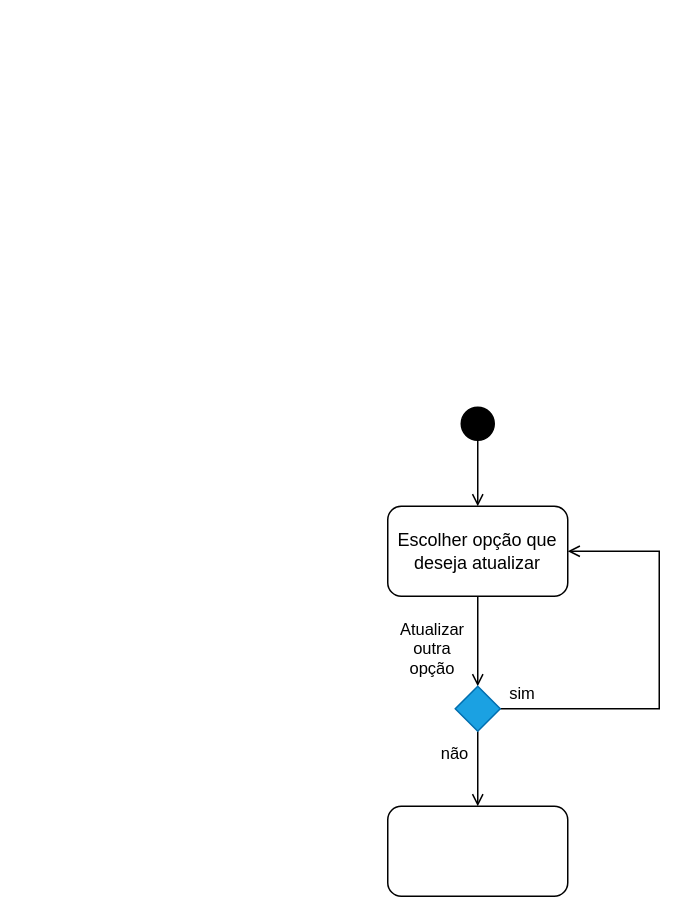
JudilenaGalvao/Projeto-POO keeps this draw.io diagram as Diagrama de atividade - Atualizar cadastro.drawio. Above is the earlier version. Source tidied: cells renumbered, new cells numbered last; positions are measured from the earlier drawing's top-left corner, leaving out a move shared by most shapes. Both pictures are drawn from the tidied source at 150%, with x=0, y=0 at pixel (387, 400).
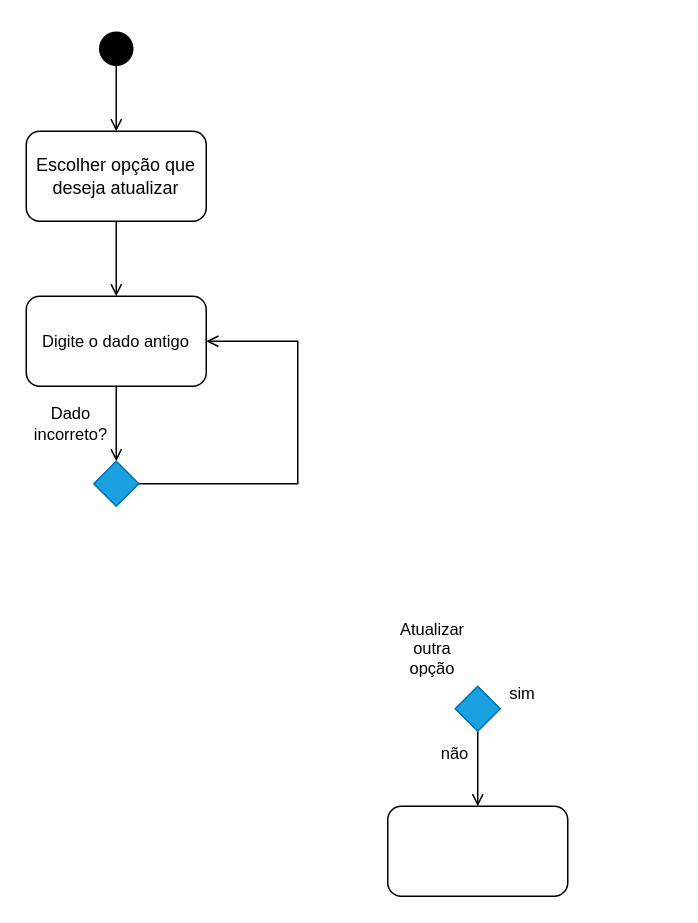
The same page after the edit.

What changed in the source:
```diff
@@
 <mxGraphModel>
   <root>
     <mxCell id="0" />
     <mxCell id="1" parent="0" />
     <mxCell id="2" style="edgeStyle=orthogonalEdgeStyle;rounded=0;jettySize=auto;html=1;entryX=0.5;entryY=0;entryDx=0;entryDy=0;endArrow=open;endFill=0;exitX=0.5;exitY=0.8;exitDx=0;exitDy=0;exitPerimeter=0;" parent="1" edge="1" source="3" target="5">
       <mxGeometry relative="1" as="geometry" />
     </mxCell>
     <mxCell id="3" style="ellipse;html=1;shape=startState;fillColor=#000000;strokeColor=#000000;" parent="1" vertex="1">
-      <mxGeometry x="45" width="30" height="30" as="geometry" />
+      <mxGeometry x="-196" y="-250" width="30" height="30" as="geometry" />
     </mxCell>
-    <mxCell id="4" style="edgeStyle=orthogonalEdgeStyle;shape=connector;rounded=0;jettySize=auto;html=1;exitX=0.5;exitY=1;exitDx=0;exitDy=0;entryX=0.5;entryY=0;entryDx=0;entryDy=0;labelBackgroundColor=default;strokeColor=default;fontFamily=Helvetica;fontSize=11;fontColor=default;endArrow=open;endFill=0;" parent="1" edge="1" source="5" target="8">
-      <mxGeometry relative="1" as="geometry" />
-    </mxCell>
+    <mxCell id="13" style="edgeStyle=orthogonalEdgeStyle;shape=connector;rounded=0;jettySize=auto;html=1;exitX=0.5;exitY=1;exitDx=0;exitDy=0;labelBackgroundColor=default;strokeColor=default;fontFamily=Helvetica;fontSize=11;fontColor=default;endArrow=open;endFill=0;" parent="1" edge="1" source="5" target="15">
+      <mxGeometry relative="1" as="geometry" />
+    </mxCell>
     <mxCell id="5" value="Escolher opção que deseja atualizar" style="rounded=1;whiteSpace=wrap;html=1;" parent="1" vertex="1">
-      <mxGeometry y="70" width="120" height="60" as="geometry" />
+      <mxGeometry x="-241" y="-180" width="120" height="60" as="geometry" />
     </mxCell>
-    <mxCell id="6" style="edgeStyle=orthogonalEdgeStyle;shape=connector;rounded=0;jettySize=auto;html=1;exitX=1;exitY=0.5;exitDx=0;exitDy=0;entryX=1;entryY=0.5;entryDx=0;entryDy=0;labelBackgroundColor=default;strokeColor=default;fontFamily=Helvetica;fontSize=11;fontColor=default;endArrow=open;endFill=0;" parent="1" edge="1" source="8" target="5">
-      <mxGeometry relative="1" as="geometry">
-        <Array as="points">
-          <mxPoint x="181" y="205" />
-          <mxPoint x="181" y="100" />
-        </Array>
-      </mxGeometry>
-    </mxCell>
     <mxCell id="7" style="edgeStyle=orthogonalEdgeStyle;shape=connector;rounded=0;jettySize=auto;html=1;exitX=0.5;exitY=1;exitDx=0;exitDy=0;entryX=0.5;entryY=0;entryDx=0;entryDy=0;labelBackgroundColor=default;strokeColor=default;fontFamily=Helvetica;fontSize=11;fontColor=default;endArrow=open;endFill=0;" parent="1" edge="1" source="8" target="11">
       <mxGeometry relative="1" as="geometry" />
     </mxCell>
     <mxCell id="8" style="rhombus;whiteSpace=wrap;html=1;fillColor=#1ba1e2;strokeColor=#006EAF;fontColor=#ffffff;" parent="1" vertex="1">
       <mxGeometry x="45" y="190" width="30" height="30" as="geometry" />
     </mxCell>
     <mxCell id="9" value="Atualizar outra opção" style="text;html=1;strokeColor=none;fillColor=none;align=center;verticalAlign=middle;whiteSpace=wrap;rounded=0;fontSize=11;fontFamily=Helvetica;fontColor=default;" parent="1" vertex="1">
       <mxGeometry y="150" width="60" height="30" as="geometry" />
     </mxCell>
     <mxCell id="10" value="sim" style="text;html=1;strokeColor=none;fillColor=none;align=center;verticalAlign=middle;whiteSpace=wrap;rounded=0;fontSize=11;fontFamily=Helvetica;fontColor=default;" parent="1" vertex="1">
       <mxGeometry x="60" y="180" width="60" height="30" as="geometry" />
     </mxCell>
     <mxCell id="11" style="rounded=1;whiteSpace=wrap;html=1;fontFamily=Helvetica;fontSize=11;fontColor=default;" parent="1" vertex="1">
       <mxGeometry y="270" width="120" height="60" as="geometry" />
     </mxCell>
     <mxCell id="12" value="não" style="text;html=1;strokeColor=none;fillColor=none;align=center;verticalAlign=middle;whiteSpace=wrap;rounded=0;fontSize=11;fontFamily=Helvetica;fontColor=default;" parent="1" vertex="1">
       <mxGeometry x="15" y="220" width="60" height="30" as="geometry" />
     </mxCell>
+    <mxCell id="14" style="edgeStyle=orthogonalEdgeStyle;shape=connector;rounded=0;jettySize=auto;html=1;exitX=0.5;exitY=1;exitDx=0;exitDy=0;entryX=0.5;entryY=0;entryDx=0;entryDy=0;labelBackgroundColor=default;strokeColor=default;fontFamily=Helvetica;fontSize=11;fontColor=default;endArrow=open;endFill=0;" parent="1" edge="1" source="15" target="17">
+      <mxGeometry relative="1" as="geometry" />
+    </mxCell>
+    <mxCell id="15" value="Digite o dado antigo" style="rounded=1;whiteSpace=wrap;html=1;fontFamily=Helvetica;fontSize=11;fontColor=default;" parent="1" vertex="1">
+      <mxGeometry x="-241" y="-70" width="120" height="60" as="geometry" />
+    </mxCell>
+    <mxCell id="16" style="edgeStyle=orthogonalEdgeStyle;shape=connector;rounded=0;jettySize=auto;html=1;exitX=1;exitY=0.5;exitDx=0;exitDy=0;entryX=1;entryY=0.5;entryDx=0;entryDy=0;labelBackgroundColor=default;strokeColor=default;fontFamily=Helvetica;fontSize=11;fontColor=default;endArrow=open;endFill=0;" parent="1" edge="1" source="17" target="15">
+      <mxGeometry relative="1" as="geometry">
+        <Array as="points">
+          <mxPoint x="-60" y="55" />
+          <mxPoint x="-60" y="-40" />
+        </Array>
+      </mxGeometry>
+    </mxCell>
+    <mxCell id="17" style="rhombus;whiteSpace=wrap;html=1;fillColor=#1ba1e2;strokeColor=#006EAF;fontColor=#ffffff;" parent="1" vertex="1">
+      <mxGeometry x="-196" y="40" width="30" height="30" as="geometry" />
+    </mxCell>
+    <mxCell id="18" value="Dado incorreto?" style="text;html=1;strokeColor=none;fillColor=none;align=center;verticalAlign=middle;whiteSpace=wrap;rounded=0;fontSize=11;fontFamily=Helvetica;fontColor=default;" parent="1" vertex="1">
+      <mxGeometry x="-241" width="60" height="30" as="geometry" />
+    </mxCell>
   </root>
 </mxGraphModel>
```
